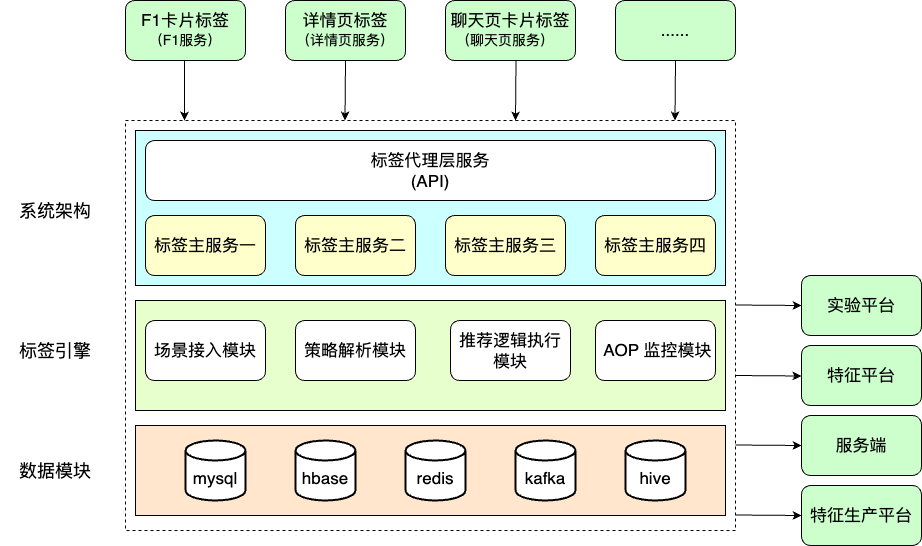
Above: work-draw-file/标签平台架构图.png in liujunao/draw-data (draw.io), before the change. Source tidied: cells renumbered, new cells last; positions are measured from the earlier drawing's top-left corner, leaving out a move shared by most shapes.
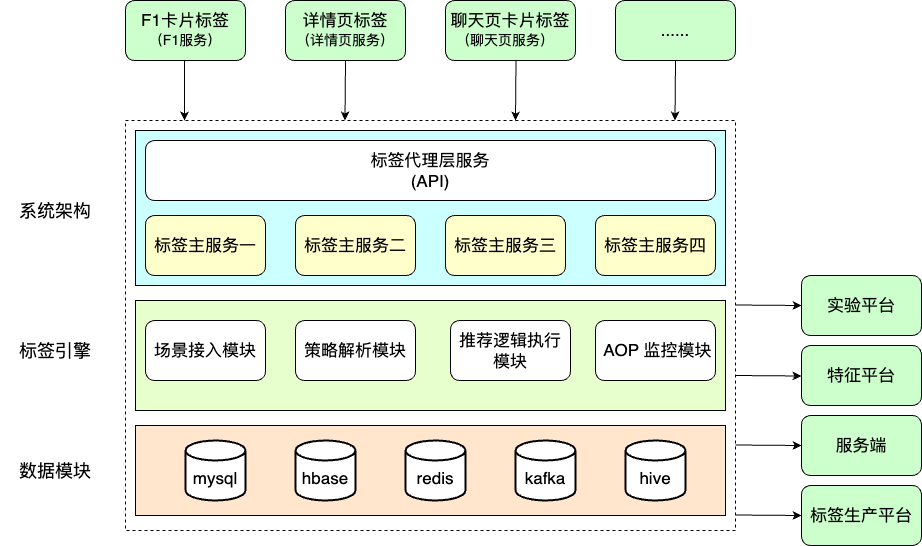
The same diagram one commit later.

Commit message:
更新标签平台架构图.png

The edit, as a diff of the source:
```diff
@@ -59,7 +59,7 @@
     <mxCell id="20" value="&lt;br&gt;&lt;font size=&quot;3&quot;&gt;kafka&lt;/font&gt;" style="strokeWidth=2;html=1;shape=mxgraph.flowchart.database;whiteSpace=wrap;" parent="1" vertex="1">
       <mxGeometry x="515" y="440" width="60" height="60" as="geometry" />
     </mxCell>
-    <mxCell id="21" value="&lt;font size=&quot;3&quot;&gt;特征生产平台&lt;/font&gt;" style="rounded=1;whiteSpace=wrap;html=1;fillColor=#CCFFCC;" parent="1" vertex="1">
+    <mxCell id="21" value="&lt;font size=&quot;3&quot;&gt;标签生产平台&lt;/font&gt;" style="rounded=1;whiteSpace=wrap;html=1;fillColor=#CCFFCC;" parent="1" vertex="1">
       <mxGeometry x="801" y="485" width="120" height="60" as="geometry" />
     </mxCell>
     <mxCell id="22" value="&lt;br&gt;&lt;font size=&quot;3&quot;&gt;hbase&lt;/font&gt;" style="strokeWidth=2;html=1;shape=mxgraph.flowchart.database;whiteSpace=wrap;" parent="1" vertex="1">
```
